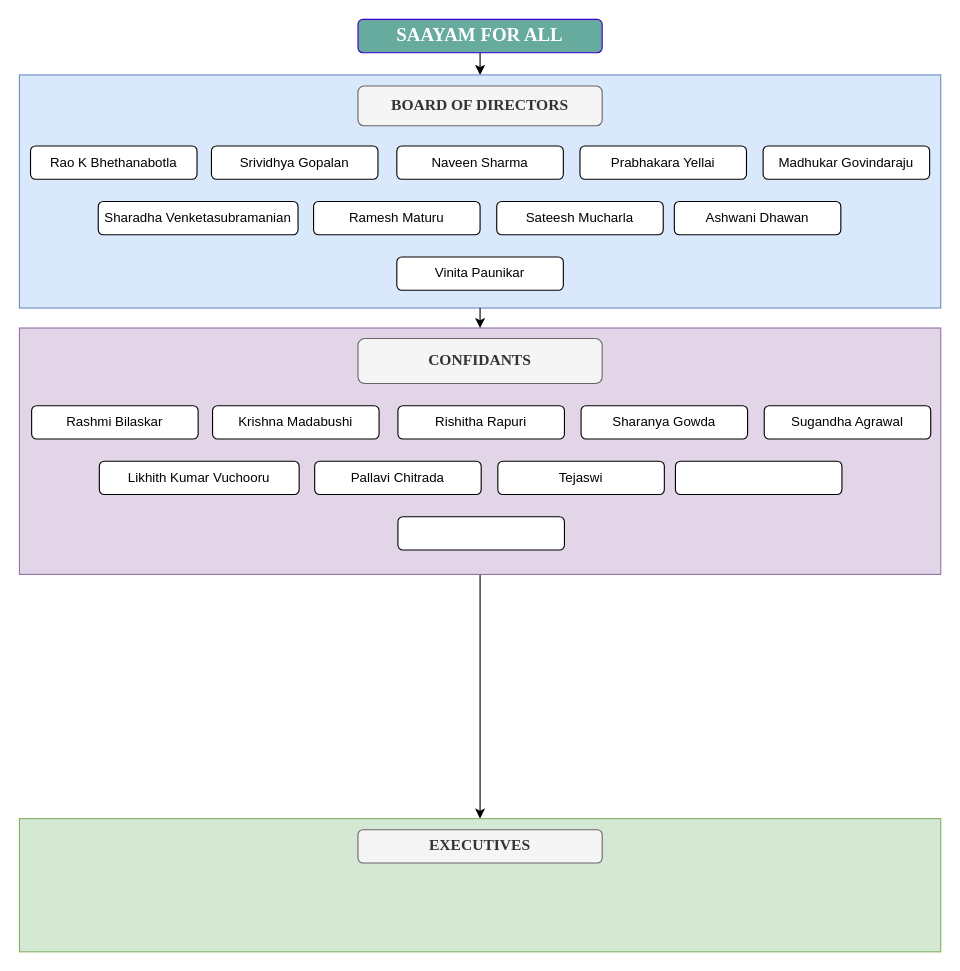
Above: saayam_organizationchart.drawio in PallaviChitrada10/PallaviChitrada10 (draw.io), before the change. Source tidied: cells renumbered, new cells numbered last; positions are measured from the earlier drawing's top-left corner, leaving out a move shared by most shapes. Both pictures are drawn from the tidied source at 111%, with x=0, y=0 at pixel (19, 19).
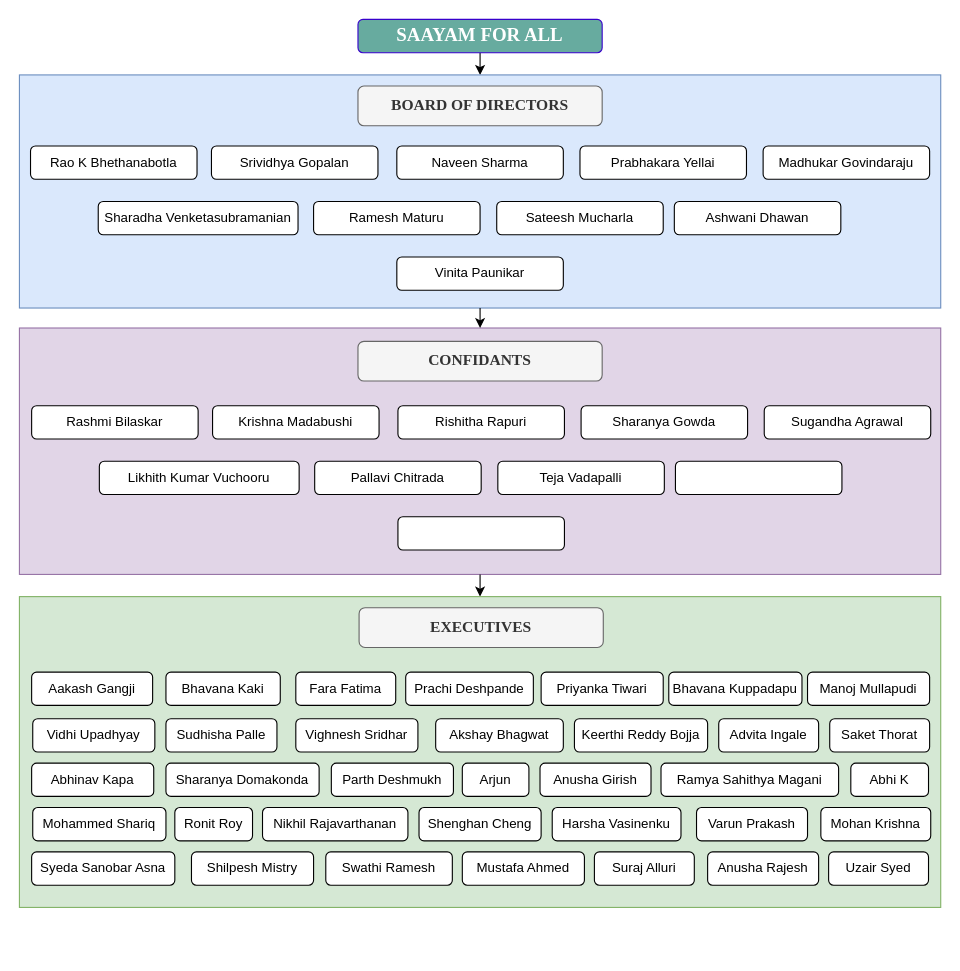
The same diagram, later.

Unchanged cells that the change refers to:
```xml
<mxCell id="25" style="group;" parent="1" vertex="1">
  <mxGeometry x="11" y="348" width="810" height="130" as="geometry" />
</mxCell>
```

The edit, as a diff of the source:
```diff
@@
+    <mxCell id="11" style="rounded=0;whiteSpace=wrap;html=1;strokeColor=#9673a6;fillColor=#e1d5e7;" parent="1" vertex="1">
+      <mxGeometry y="278" width="830" height="222" as="geometry" />
+    </mxCell>
@@
-    <mxCell id="5" style="group;" parent="1" vertex="1">
-      <mxGeometry y="720" width="830" height="120" as="geometry" />
-    </mxCell>
-    <mxCell id="6" style="rounded=0;whiteSpace=wrap;html=1;strokeColor=#82b366;fillColor=#d5e8d4;" parent="5" vertex="1">
-      <mxGeometry width="830" height="120" as="geometry" />
-    </mxCell>
-    <mxCell id="7" value="&lt;font face=&quot;Garamond&quot;&gt;&lt;span style=&quot;font-size: 14px;&quot;&gt;&lt;b&gt;EXECUTIVES&lt;/b&gt;&lt;/span&gt;&lt;/font&gt;" style="rounded=1;whiteSpace=wrap;html=1;fillColor=#f5f5f5;fontColor=#333333;strokeColor=#666666;" parent="5" vertex="1">
-      <mxGeometry x="305" y="10" width="220" height="30" as="geometry" />
-    </mxCell>
@@
-    <mxCell id="10" style="group;" parent="1" vertex="1">
-      <mxGeometry y="278" width="830" height="222" as="geometry" />
-    </mxCell>
-    <mxCell id="11" style="rounded=0;whiteSpace=wrap;html=1;strokeColor=#9673a6;fillColor=#e1d5e7;" parent="10" vertex="1">
-      <mxGeometry width="830" height="222" as="geometry" />
-    </mxCell>
-    <mxCell id="12" value="&lt;font face=&quot;Garamond&quot;&gt;&lt;span style=&quot;font-size: 14px;&quot;&gt;&lt;b&gt;CONFIDANTS&lt;/b&gt;&lt;/span&gt;&lt;/font&gt;" style="rounded=1;whiteSpace=wrap;html=1;fillColor=#f5f5f5;fontColor=#333333;strokeColor=#666666;" parent="10" vertex="1">
-      <mxGeometry x="305" y="9.5" width="220" height="40.5" as="geometry" />
-    </mxCell>
@@
-    <mxCell id="33" value="&lt;font&gt;Tejaswi&lt;/font&gt;" style="rounded=1;whiteSpace=wrap;html=1;" parent="25" vertex="1">
+    <mxCell id="33" value="&lt;font&gt;Teja Vadapalli&lt;/font&gt;" style="rounded=1;whiteSpace=wrap;html=1;" parent="25" vertex="1">
       <mxGeometry x="420" y="50" width="150" height="30" as="geometry" />
     </mxCell>
@@
+    <mxCell id="12" value="&lt;font face=&quot;Garamond&quot;&gt;&lt;span style=&quot;font-size: 14px;&quot;&gt;&lt;b&gt;CONFIDANTS&lt;/b&gt;&lt;/span&gt;&lt;/font&gt;" style="rounded=1;whiteSpace=wrap;html=1;fillColor=#f5f5f5;fontColor=#333333;strokeColor=#666666;" parent="1" vertex="1">
+      <mxGeometry x="305" y="290" width="220" height="35.8" as="geometry" />
+    </mxCell>
+    <mxCell id="6" style="rounded=0;whiteSpace=wrap;html=1;strokeColor=#82b366;fillColor=#d5e8d4;" parent="1" vertex="1">
+      <mxGeometry y="520" width="830" height="280" as="geometry" />
+    </mxCell>
+    <mxCell id="7" value="&lt;font face=&quot;Garamond&quot;&gt;&lt;span style=&quot;font-size: 14px;&quot;&gt;&lt;b&gt;EXECUTIVES&lt;/b&gt;&lt;/span&gt;&lt;/font&gt;" style="rounded=1;whiteSpace=wrap;html=1;fillColor=#f5f5f5;fontColor=#333333;strokeColor=#666666;" parent="1" vertex="1">
+      <mxGeometry x="306" y="530" width="220" height="35.8" as="geometry" />
+    </mxCell>
+    <mxCell id="36" value="Abhinav Kapa" style="rounded=1;whiteSpace=wrap;html=1;" parent="1" vertex="1">
+      <mxGeometry x="11" y="670" width="110" height="30" as="geometry" />
+    </mxCell>
+    <mxCell id="37" value="Bhavana Kaki" style="rounded=1;whiteSpace=wrap;html=1;" parent="1" vertex="1">
+      <mxGeometry x="132" y="588" width="103" height="30" as="geometry" />
+    </mxCell>
+    <mxCell id="38" value="&lt;font&gt;Fara Fatima&lt;/font&gt;" style="rounded=1;whiteSpace=wrap;html=1;" parent="1" vertex="1">
+      <mxGeometry x="249" y="588" width="90" height="30" as="geometry" />
+    </mxCell>
+    <mxCell id="39" value="&lt;font&gt;Mohan Krishna&lt;/font&gt;" style="rounded=1;whiteSpace=wrap;html=1;" parent="1" vertex="1">
+      <mxGeometry x="722" y="710" width="99" height="30" as="geometry" />
+    </mxCell>
+    <mxCell id="40" value="&lt;font&gt;Abhi K&lt;/font&gt;" style="rounded=1;whiteSpace=wrap;html=1;" parent="1" vertex="1">
+      <mxGeometry x="749" y="670" width="70" height="30" as="geometry" />
+    </mxCell>
+    <mxCell id="41" value="Advita Ingale" style="rounded=1;whiteSpace=wrap;html=1;" parent="1" vertex="1">
+      <mxGeometry x="630" y="630" width="90" height="30" as="geometry" />
+    </mxCell>
+    <mxCell id="42" value="&lt;font&gt;Akshay Bhagwat&lt;/font&gt;" style="rounded=1;whiteSpace=wrap;html=1;" parent="1" vertex="1">
+      <mxGeometry x="375" y="630" width="115" height="30" as="geometry" />
+    </mxCell>
+    <mxCell id="43" value="&lt;font&gt;Anusha Girish&lt;/font&gt;" style="rounded=1;whiteSpace=wrap;html=1;" parent="1" vertex="1">
+      <mxGeometry x="469" y="670" width="100" height="30" as="geometry" />
+    </mxCell>
+    <mxCell id="44" value="Anusha Rajesh" style="rounded=1;whiteSpace=wrap;html=1;" parent="1" vertex="1">
+      <mxGeometry x="620" y="750" width="100" height="30" as="geometry" />
+    </mxCell>
+    <mxCell id="45" value="Arjun" style="rounded=1;whiteSpace=wrap;html=1;" parent="1" vertex="1">
+      <mxGeometry x="399" y="670" width="60" height="30" as="geometry" />
+    </mxCell>
+    <mxCell id="46" value="Bhavana Kuppadapu" style="rounded=1;whiteSpace=wrap;html=1;" parent="1" vertex="1">
+      <mxGeometry x="585" y="588" width="120" height="30" as="geometry" />
+    </mxCell>
+    <mxCell id="47" value="Aakash Gangji" style="rounded=1;whiteSpace=wrap;html=1;" parent="1" vertex="1">
+      <mxGeometry x="11" y="588" width="109" height="30" as="geometry" />
+    </mxCell>
+    <mxCell id="48" value="Harsha Vasinenku" style="rounded=1;whiteSpace=wrap;html=1;" parent="1" vertex="1">
+      <mxGeometry x="480" y="710" width="116" height="30" as="geometry" />
+    </mxCell>
+    <mxCell id="49" value="Keerthi Reddy Bojja" style="rounded=1;whiteSpace=wrap;html=1;" parent="1" vertex="1">
+      <mxGeometry x="500" y="630" width="120" height="30" as="geometry" />
+    </mxCell>
+    <mxCell id="50" value="Manoj Mullapudi" style="rounded=1;whiteSpace=wrap;html=1;" parent="1" vertex="1">
+      <mxGeometry x="710" y="588" width="110" height="30" as="geometry" />
+    </mxCell>
+    <mxCell id="51" value="Mohammed Shariq" style="rounded=1;whiteSpace=wrap;html=1;" parent="1" vertex="1">
+      <mxGeometry x="12" y="710" width="120" height="30" as="geometry" />
+    </mxCell>
+    <mxCell id="52" value="Mustafa Ahmed" style="rounded=1;whiteSpace=wrap;html=1;" parent="1" vertex="1">
+      <mxGeometry x="399" y="750" width="110" height="30" as="geometry" />
+    </mxCell>
+    <mxCell id="53" value="Nikhil Rajavarthanan" style="rounded=1;whiteSpace=wrap;html=1;" parent="1" vertex="1">
+      <mxGeometry x="219" y="710" width="131" height="30" as="geometry" />
+    </mxCell>
+    <mxCell id="54" value="Parth Deshmukh" style="rounded=1;whiteSpace=wrap;html=1;" parent="1" vertex="1">
+      <mxGeometry x="281" y="670" width="110" height="30" as="geometry" />
+    </mxCell>
+    <mxCell id="55" value="Prachi Deshpande" style="rounded=1;whiteSpace=wrap;html=1;" parent="1" vertex="1">
+      <mxGeometry x="348" y="588" width="115" height="30" as="geometry" />
+    </mxCell>
+    <mxCell id="56" value="Priyanka Tiwari" style="rounded=1;whiteSpace=wrap;html=1;" parent="1" vertex="1">
+      <mxGeometry x="470" y="588" width="110" height="30" as="geometry" />
+    </mxCell>
+    <mxCell id="57" value="Ramya Sahithya Magani" style="rounded=1;whiteSpace=wrap;html=1;" parent="1" vertex="1">
+      <mxGeometry x="578" y="670" width="160" height="30" as="geometry" />
+    </mxCell>
+    <mxCell id="58" value="Ronit Roy" style="rounded=1;whiteSpace=wrap;html=1;" parent="1" vertex="1">
+      <mxGeometry x="140" y="710" width="70" height="30" as="geometry" />
+    </mxCell>
+    <mxCell id="59" value="Saket Thorat" style="rounded=1;whiteSpace=wrap;html=1;" parent="1" vertex="1">
+      <mxGeometry x="730" y="630" width="90" height="30" as="geometry" />
+    </mxCell>
+    <mxCell id="60" value="Sharanya Domakonda" style="rounded=1;whiteSpace=wrap;html=1;" parent="1" vertex="1">
+      <mxGeometry x="132" y="670" width="138" height="30" as="geometry" />
+    </mxCell>
+    <mxCell id="61" value="Shenghan Cheng" style="rounded=1;whiteSpace=wrap;html=1;" parent="1" vertex="1">
+      <mxGeometry x="360" y="710" width="110" height="30" as="geometry" />
+    </mxCell>
+    <mxCell id="62" value="Shilpesh Mistry" style="rounded=1;whiteSpace=wrap;html=1;" parent="1" vertex="1">
+      <mxGeometry x="155" y="750" width="110" height="30" as="geometry" />
+    </mxCell>
+    <mxCell id="63" value="Sudhisha Palle" style="rounded=1;whiteSpace=wrap;html=1;" parent="1" vertex="1">
+      <mxGeometry x="132" y="630" width="100" height="30" as="geometry" />
+    </mxCell>
+    <mxCell id="64" value="Suraj Alluri" style="rounded=1;whiteSpace=wrap;html=1;" parent="1" vertex="1">
+      <mxGeometry x="518" y="750" width="90" height="30" as="geometry" />
+    </mxCell>
+    <mxCell id="65" value="Swathi Ramesh" style="rounded=1;whiteSpace=wrap;html=1;" parent="1" vertex="1">
+      <mxGeometry x="276" y="750" width="114" height="30" as="geometry" />
+    </mxCell>
+    <mxCell id="66" value="Syeda Sanobar Asna" style="rounded=1;whiteSpace=wrap;html=1;" parent="1" vertex="1">
+      <mxGeometry x="11" y="750" width="129" height="30" as="geometry" />
+    </mxCell>
+    <mxCell id="67" value="Uzair Syed" style="rounded=1;whiteSpace=wrap;html=1;" parent="1" vertex="1">
+      <mxGeometry x="729" y="750" width="90" height="30" as="geometry" />
+    </mxCell>
+    <mxCell id="68" value="Varun Prakash" style="rounded=1;whiteSpace=wrap;html=1;" parent="1" vertex="1">
+      <mxGeometry x="610" y="710" width="100" height="30" as="geometry" />
+    </mxCell>
+    <mxCell id="69" value="Vidhi Upadhyay" style="rounded=1;whiteSpace=wrap;html=1;" parent="1" vertex="1">
+      <mxGeometry x="12" y="630" width="110" height="30" as="geometry" />
+    </mxCell>
+    <mxCell id="70" value="Vighnesh Sridhar" style="rounded=1;whiteSpace=wrap;html=1;" parent="1" vertex="1">
+      <mxGeometry x="249" y="630" width="110" height="30" as="geometry" />
+    </mxCell>
```
